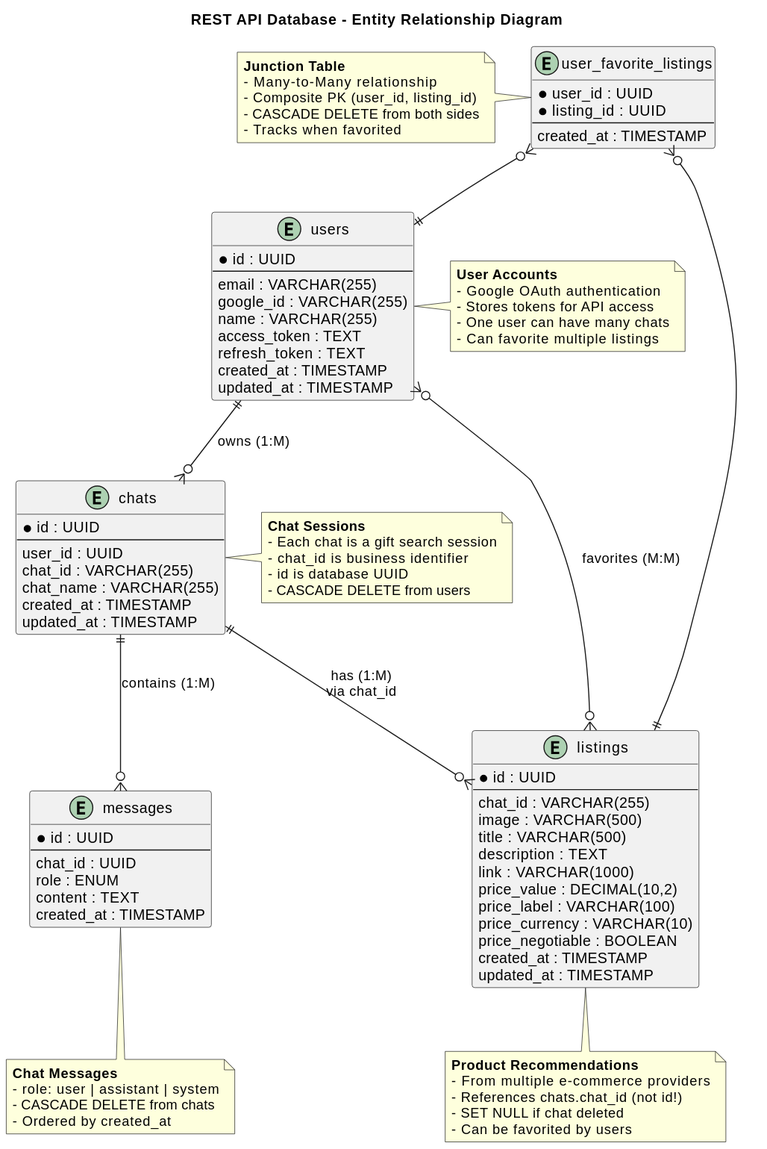
Before: docs/databases/restapi/restapi_er_diagram.svg, a diagram exported from PlantUML (Generacja-Cuzi/ai-present-finder).
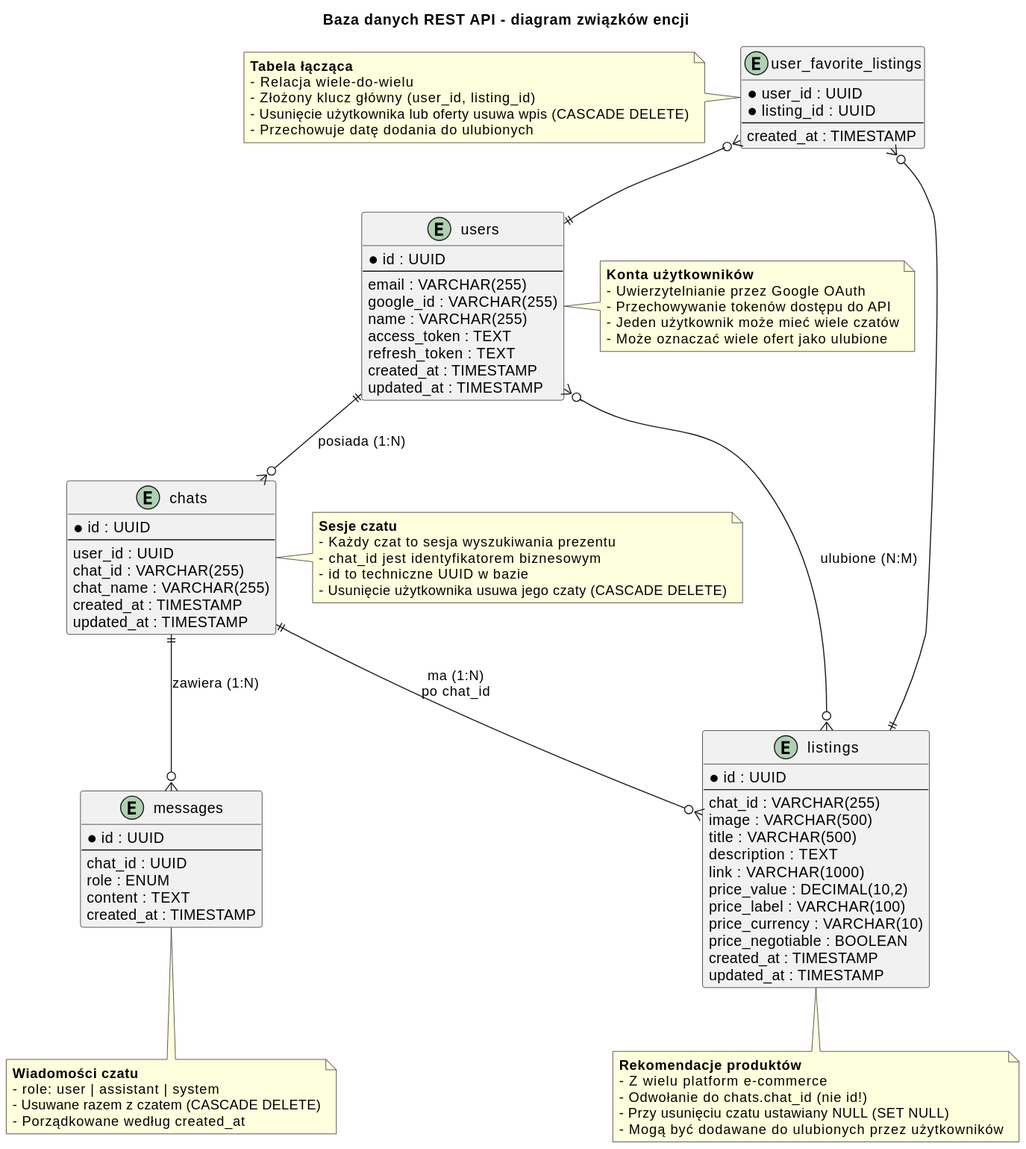
After the change.

What changed in the source:
```diff
@@ -1,5 +1,5 @@
 @startuml
-title REST API Database - Entity Relationship Diagram
+title Baza danych REST API - diagram związków encji
 
 entity "users" as users {
   *id : UUID
@@ -55,49 +55,49 @@
   created_at : TIMESTAMP
 }
 
-users ||--o{ chats : "owns (1:M)"
-chats ||--o{ messages : "contains (1:M)"
-chats ||--o{ listings : "has (1:M)\nvia chat_id"
-users }o--o{ listings : "favorites (M:M)"
+users ||--o{ chats : "posiada (1:N)"
+chats ||--o{ messages : "zawiera (1:N)"
+chats ||--o{ listings : "ma (1:N)\npo chat_id"
+users }o--o{ listings : "ulubione (N:M)"
 favorites }o--|| users
 favorites }o--|| listings
 
 note right of users
-  **User Accounts**
-  - Google OAuth authentication
-  - Stores tokens for API access
-  - One user can have many chats
-  - Can favorite multiple listings
+  **Konta użytkowników**
+  - Uwierzytelnianie przez Google OAuth
+  - Przechowywanie tokenów dostępu do API
+  - Jeden użytkownik może mieć wiele czatów
+  - Może oznaczać wiele ofert jako ulubione
 end note
 
 note right of chats
-  **Chat Sessions**
-  - Each chat is a gift search session
-  - chat_id is business identifier
-  - id is database UUID
-  - CASCADE DELETE from users
+  **Sesje czatu**
+  - Każdy czat to sesja wyszukiwania prezentu
+  - chat_id jest identyfikatorem biznesowym
+  - id to techniczne UUID w bazie
+  - Usunięcie użytkownika usuwa jego czaty (CASCADE DELETE)
 end note
 
 note bottom of messages
-  **Chat Messages**
+  **Wiadomości czatu**
   - role: user | assistant | system
-  - CASCADE DELETE from chats
-  - Ordered by created_at
+  - Usuwane razem z czatem (CASCADE DELETE)
+  - Porządkowane według created_at
 end note
 
 note bottom of listings
-  **Product Recommendations**
-  - From multiple e-commerce providers
-  - References chats.chat_id (not id!)
-  - SET NULL if chat deleted
-  - Can be favorited by users
+  **Rekomendacje produktów**
+  - Z wielu platform e-commerce
+  - Odwołanie do chats.chat_id (nie id!)
+  - Przy usunięciu czatu ustawiany NULL (SET NULL)
+  - Mogą być dodawane do ulubionych przez użytkowników
 end note
 
 note left of favorites
-  **Junction Table**
-  - Many-to-Many relationship
-  - Composite PK (user_id, listing_id)
-  - CASCADE DELETE from both sides
-  - Tracks when favorited
+  **Tabela łącząca**
+  - Relacja wiele-do-wielu
+  - Złożony klucz główny (user_id, listing_id)
+  - Usunięcie użytkownika lub oferty usuwa wpis (CASCADE DELETE)
+  - Przechowuje datę dodania do ulubionych
 end note
 @enduml
```
